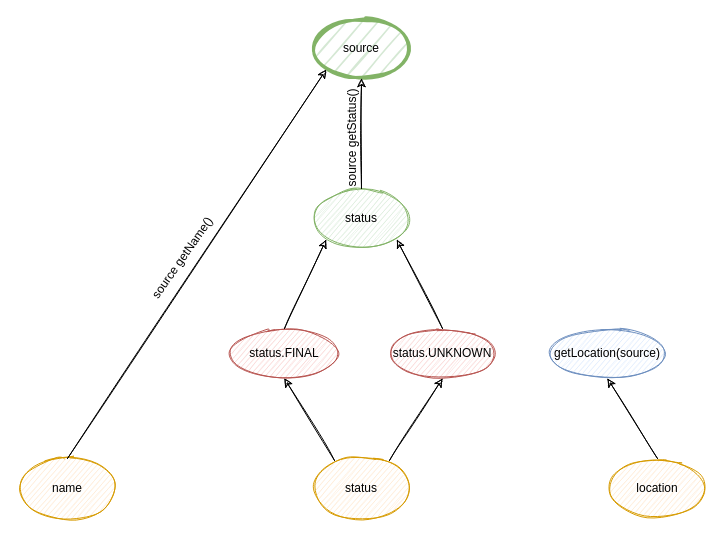
This is dg.drawio from jsachau/drawio, a draw.io file, before an edit. Source tidied: cells renumbered, new cells numbered last; positions are measured from the earlier drawing's top-left corner, leaving out a move shared by most shapes. Both pictures are drawn from the tidied source at 100%, with x=0, y=0 at pixel (17, 18).
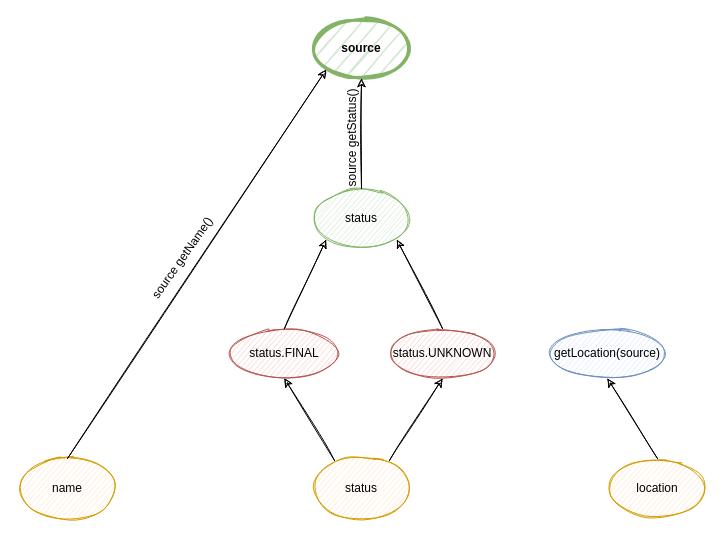
The same diagram, later.

The edit, as a diff of the source:
```diff
@@
 <mxGraphModel>
   <root>
     <mxCell id="0" />
     <mxCell id="1" parent="0" />
     <mxCell id="2" value="name" style="ellipse;whiteSpace=wrap;html=1;fillColor=#ffe6cc;strokeColor=#d79b00;sketch=1;" parent="1" vertex="1">
       <mxGeometry y="440" width="100" height="60" as="geometry" />
     </mxCell>
     <mxCell id="3" value="status" style="ellipse;whiteSpace=wrap;html=1;fillColor=#ffe6cc;strokeColor=#d79b00;sketch=1;" parent="1" vertex="1">
       <mxGeometry x="294" y="440" width="100" height="60" as="geometry" />
     </mxCell>
     <mxCell id="4" value="location" style="ellipse;whiteSpace=wrap;html=1;fillColor=#ffe6cc;strokeColor=#d79b00;sketch=1;" parent="1" vertex="1">
       <mxGeometry x="590" y="440" width="100" height="60" as="geometry" />
     </mxCell>
     <mxCell id="5" value="status.FINAL" style="ellipse;whiteSpace=wrap;html=1;fillColor=#f8cecc;strokeColor=#b85450;sketch=1;" parent="1" vertex="1">
       <mxGeometry x="210" y="310" width="114" height="50" as="geometry" />
     </mxCell>
     <mxCell id="6" value="status.UNKNOWN" style="ellipse;whiteSpace=wrap;html=1;fillColor=#f8cecc;strokeColor=#b85450;sketch=1;" parent="1" vertex="1">
       <mxGeometry x="370" y="310" width="110" height="50" as="geometry" />
     </mxCell>
-    <mxCell id="7" value="source" style="ellipse;whiteSpace=wrap;html=1;sketch=1;fillColor=#d5e8d4;strokeColor=#82b366;strokeWidth=3;" parent="1" vertex="1">
+    <mxCell id="7" value="&lt;b&gt;source&lt;/b&gt;" style="ellipse;whiteSpace=wrap;html=1;sketch=1;fillColor=#d5e8d4;strokeColor=#82b366;strokeWidth=3;" parent="1" vertex="1">
       <mxGeometry x="294" width="100" height="60" as="geometry" />
     </mxCell>
     <mxCell id="8" style="endArrow=classic;html=1;entryX=0.5;entryY=1;entryDx=0;entryDy=0;exitX=0.78;exitY=0.033;exitDx=0;exitDy=0;exitPerimeter=0;sketch=1;" parent="1" edge="1" source="3" target="6">
       <mxGeometry relative="1" as="geometry" />
     </mxCell>
     <mxCell id="9" style="endArrow=classic;html=1;entryX=0.5;entryY=1;entryDx=0;entryDy=0;exitX=0.23;exitY=0.033;exitDx=0;exitDy=0;exitPerimeter=0;sketch=1;" parent="1" edge="1" source="3" target="5">
       <mxGeometry relative="1" as="geometry" />
     </mxCell>
     <mxCell id="10" style="endArrow=classic;html=1;entryX=0;entryY=1;entryDx=0;entryDy=0;exitX=0.5;exitY=0;exitDx=0;exitDy=0;sketch=1;" parent="1" edge="1" source="2" target="7">
       <mxGeometry relative="1" as="geometry" />
     </mxCell>
     <mxCell id="11" value="source getName()" style="text;html=1;align=center;verticalAlign=middle;rotation=-55;" parent="1" vertex="1">
       <mxGeometry x="110" y="230" width="110" height="20" as="geometry" />
     </mxCell>
     <mxCell id="12" style="endArrow=classic;html=1;entryX=0.5;entryY=1;entryDx=0;entryDy=0;exitX=0.5;exitY=0;exitDx=0;exitDy=0;sketch=1;" parent="1" edge="1" source="4" target="13">
       <mxGeometry relative="1" as="geometry" />
     </mxCell>
     <mxCell id="13" value="getLocation(source)" style="ellipse;whiteSpace=wrap;html=1;fillColor=#dae8fc;strokeColor=#6c8ebf;sketch=1;" parent="1" vertex="1">
       <mxGeometry x="530" y="310" width="120" height="50" as="geometry" />
     </mxCell>
     <mxCell id="14" value="status" style="ellipse;whiteSpace=wrap;html=1;fillColor=#d5e8d4;strokeColor=#82b366;sketch=1;" parent="1" vertex="1">
       <mxGeometry x="294" y="170" width="100" height="60" as="geometry" />
     </mxCell>
     <mxCell id="15" style="endArrow=classic;html=1;entryX=0.5;entryY=1;entryDx=0;entryDy=0;sketch=1;" parent="1" edge="1" source="14" target="7">
       <mxGeometry relative="1" as="geometry" />
     </mxCell>
     <mxCell id="16" style="endArrow=classic;html=1;entryX=0;entryY=1;entryDx=0;entryDy=0;exitX=0.5;exitY=0;exitDx=0;exitDy=0;sketch=1;" parent="1" edge="1" source="5" target="14">
       <mxGeometry relative="1" as="geometry" />
     </mxCell>
     <mxCell id="17" style="endArrow=classic;html=1;entryX=1;entryY=1;entryDx=0;entryDy=0;exitX=0.5;exitY=0;exitDx=0;exitDy=0;sketch=1;" parent="1" edge="1" source="6" target="14">
       <mxGeometry relative="1" as="geometry" />
     </mxCell>
     <mxCell id="18" value="source getStatus()" style="text;html=1;align=center;verticalAlign=middle;rotation=-90;sketch=1;" parent="1" vertex="1">
       <mxGeometry x="280" y="110" width="110" height="20" as="geometry" />
     </mxCell>
   </root>
 </mxGraphModel>
```
